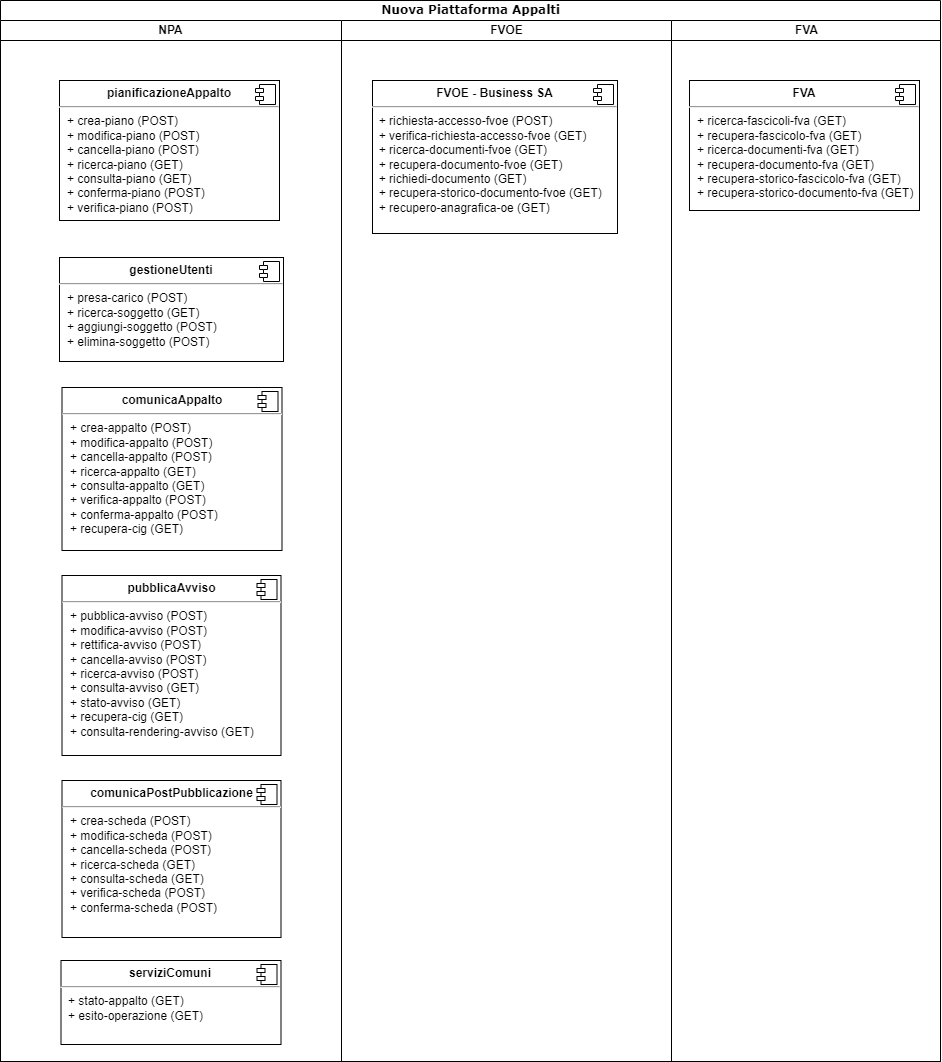
This is docs/immagini/contesto.png from anticorruzione/npa, a draw.io export, as it was before one commit. Source tidied: cells renumbered, new cells last; positions are measured from the earlier drawing's top-left corner, leaving out a move shared by most shapes.
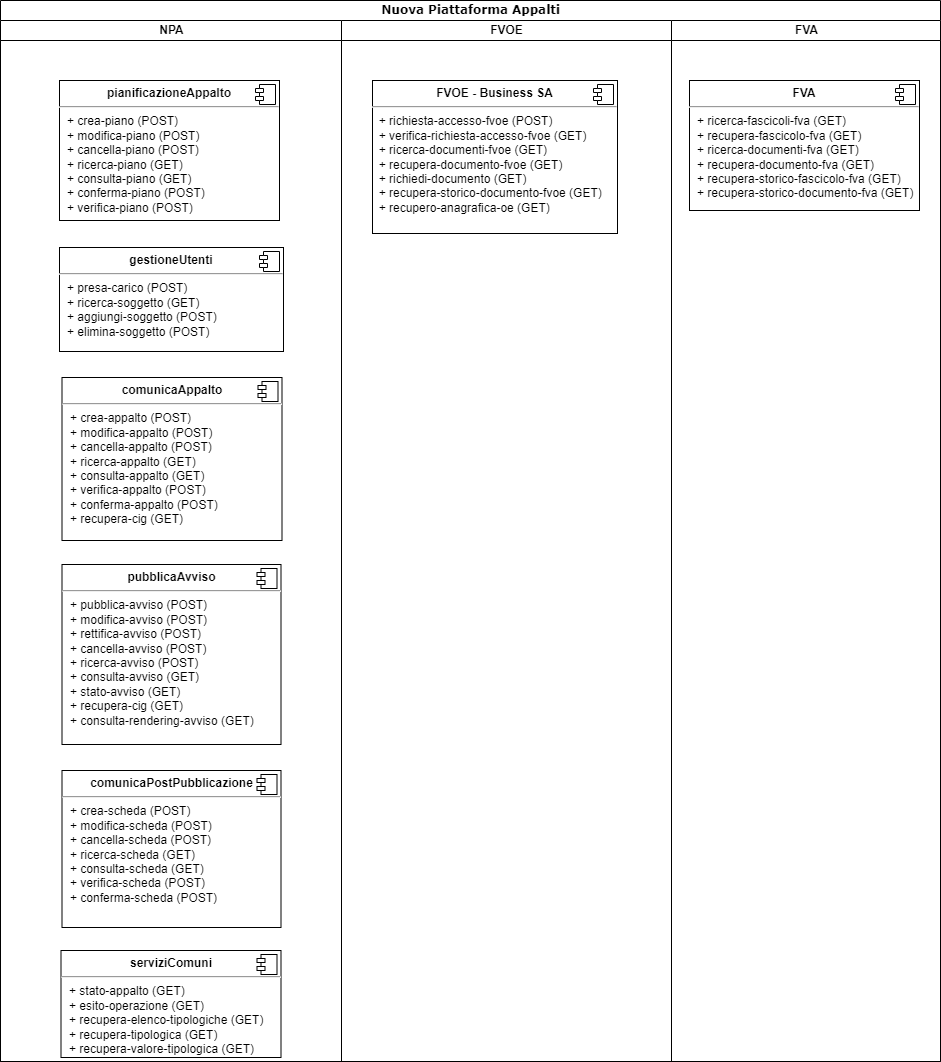
After the change.

The edit, as a diff of the source:
```diff
@@ -9,7 +9,7 @@
       <mxGeometry y="20" width="341" height="1041" as="geometry" />
     </mxCell>
     <mxCell id="4" value="&lt;p style=&quot;margin:0px;margin-top:6px;text-align:center;&quot;&gt;&lt;b&gt;comunicaAppalto&lt;/b&gt;&lt;/p&gt;&lt;hr&gt;&lt;p style=&quot;margin:0px;margin-left:8px;&quot;&gt;+ crea-appalto (POST)&lt;/p&gt;&lt;p style=&quot;margin:0px;margin-left:8px;&quot;&gt;+ modifica-appalto (POST)&lt;/p&gt;&lt;p style=&quot;margin:0px;margin-left:8px;&quot;&gt;+ cancella-appalto (POST)&lt;/p&gt;&lt;p style=&quot;margin:0px;margin-left:8px;&quot;&gt;+ ricerca-appalto (GET)&lt;br&gt;+ consulta-appalto (GET)&lt;/p&gt;&lt;p style=&quot;margin:0px;margin-left:8px;&quot;&gt;+ verifica-appalto (POST)&lt;/p&gt;&lt;p style=&quot;margin: 0px 0px 0px 8px;&quot;&gt;+ conferma-appalto (POST)&lt;/p&gt;&lt;p style=&quot;margin: 0px 0px 0px 8px;&quot;&gt;+ recupera-cig (GET)&lt;/p&gt;&lt;p style=&quot;margin:0px;margin-left:8px;&quot;&gt;&lt;br&gt;&lt;/p&gt;" style="align=left;overflow=fill;html=1;" parent="3" vertex="1">
-      <mxGeometry x="61.5" y="367" width="220" height="163" as="geometry" />
+      <mxGeometry x="61.5" y="357" width="220" height="163" as="geometry" />
     </mxCell>
     <mxCell id="5" style="shape=component;jettyWidth=8;jettyHeight=4;" parent="4" vertex="1">
       <mxGeometry x="1" width="20" height="20" relative="1" as="geometry">
@@ -17,7 +17,7 @@
       </mxGeometry>
     </mxCell>
     <mxCell id="6" value="&lt;p style=&quot;margin:0px;margin-top:6px;text-align:center;&quot;&gt;&lt;b&gt;comunicaPostPubblicazione&lt;/b&gt;&lt;/p&gt;&lt;hr&gt;&lt;p style=&quot;border-color: var(--border-color); margin: 0px 0px 0px 8px;&quot;&gt;+ crea-scheda (POST)&lt;/p&gt;&lt;p style=&quot;border-color: var(--border-color); margin: 0px 0px 0px 8px;&quot;&gt;+ modifica-scheda (POST)&lt;/p&gt;&lt;p style=&quot;border-color: var(--border-color); margin: 0px 0px 0px 8px;&quot;&gt;+ cancella-scheda (POST)&lt;/p&gt;&lt;p style=&quot;border-color: var(--border-color); margin: 0px 0px 0px 8px;&quot;&gt;+ ricerca-scheda (GET)&lt;br style=&quot;border-color: var(--border-color);&quot;&gt;+ consulta-scheda (GET)&lt;/p&gt;&lt;p style=&quot;border-color: var(--border-color); margin: 0px 0px 0px 8px;&quot;&gt;&lt;span style=&quot;background-color: initial;&quot;&gt;+ verifica-scheda (POST)&lt;/span&gt;&lt;br&gt;&lt;/p&gt;&lt;p style=&quot;border-color: var(--border-color); margin: 0px 0px 0px 8px;&quot;&gt;+ conferma-scheda (POST)&lt;/p&gt;&lt;p style=&quot;border-color: var(--border-color); margin: 0px 0px 0px 8px;&quot;&gt;&lt;br&gt;&lt;/p&gt;" style="align=left;overflow=fill;html=1;" parent="3" vertex="1">
-      <mxGeometry x="61.5" y="760" width="219" height="157" as="geometry" />
+      <mxGeometry x="61.5" y="750" width="219" height="157" as="geometry" />
     </mxCell>
     <mxCell id="7" style="shape=component;jettyWidth=8;jettyHeight=4;" parent="6" vertex="1">
       <mxGeometry x="1" width="20" height="20" relative="1" as="geometry">
@@ -33,15 +33,15 @@
       </mxGeometry>
     </mxCell>
     <mxCell id="10" value="&lt;p style=&quot;margin:0px;margin-top:6px;text-align:center;&quot;&gt;&lt;b&gt;pubblicaAvviso&lt;/b&gt;&lt;/p&gt;&lt;hr&gt;&lt;p style=&quot;border-color: var(--border-color); margin: 0px 0px 0px 8px;&quot;&gt;&lt;span style=&quot;background-color: initial;&quot;&gt;+ pubblica-avviso (POST)&lt;/span&gt;&lt;/p&gt;&lt;p style=&quot;border-color: var(--border-color); margin: 0px 0px 0px 8px;&quot;&gt;&lt;font style=&quot;border-color: var(--border-color); background-color: rgb(255, 255, 255);&quot;&gt;+ modifica-avviso (POST)&lt;/font&gt;&lt;/p&gt;&lt;p style=&quot;border-color: var(--border-color); margin: 0px 0px 0px 8px;&quot;&gt;&lt;font style=&quot;border-color: var(--border-color); background-color: rgb(255, 255, 255);&quot;&gt;+ rettifica-avviso (POST)&lt;/font&gt;&lt;/p&gt;&lt;p style=&quot;border-color: var(--border-color); margin: 0px 0px 0px 8px;&quot;&gt;&lt;font style=&quot;border-color: var(--border-color); background-color: rgb(255, 255, 255);&quot;&gt;+ cancella-avviso (POST)&lt;/font&gt;&lt;/p&gt;&lt;p style=&quot;border-color: var(--border-color); margin: 0px 0px 0px 8px;&quot;&gt;+ ricerca-avviso (POST)&lt;br style=&quot;border-color: var(--border-color);&quot;&gt;&lt;/p&gt;&lt;p style=&quot;border-color: var(--border-color); margin: 0px 0px 0px 8px;&quot;&gt;+ consulta-avviso (GET)&lt;/p&gt;&lt;p style=&quot;border-color: var(--border-color); margin: 0px 0px 0px 8px;&quot;&gt;+ stato-avviso (GET)&lt;/p&gt;&lt;p style=&quot;border-color: var(--border-color); margin: 0px 0px 0px 8px;&quot;&gt;+ recupera-cig (GET)&lt;br&gt;&lt;/p&gt;&lt;p style=&quot;border-color: var(--border-color); margin: 0px 0px 0px 8px;&quot;&gt;+ consulta-rendering-avviso (GET)&lt;/p&gt;" style="align=left;overflow=fill;html=1;" parent="3" vertex="1">
-      <mxGeometry x="61.5" y="555" width="219" height="180" as="geometry" />
+      <mxGeometry x="61.5" y="544" width="219" height="180" as="geometry" />
     </mxCell>
     <mxCell id="11" style="shape=component;jettyWidth=8;jettyHeight=4;" parent="10" vertex="1">
       <mxGeometry x="1" width="20" height="20" relative="1" as="geometry">
         <mxPoint x="-24" y="4" as="offset" />
       </mxGeometry>
     </mxCell>
-    <mxCell id="12" value="&lt;p style=&quot;margin:0px;margin-top:6px;text-align:center;&quot;&gt;&lt;b&gt;serviziComuni&lt;/b&gt;&lt;/p&gt;&lt;hr&gt;&lt;p style=&quot;border-color: var(--border-color); margin: 0px 0px 0px 8px;&quot;&gt;&lt;span style=&quot;background-color: initial;&quot;&gt;+ stato-appalto (GET)&lt;/span&gt;&lt;br&gt;&lt;/p&gt;&lt;p style=&quot;border-color: var(--border-color); margin: 0px 0px 0px 8px;&quot;&gt;+ esito-operazione (GET)&lt;/p&gt;&lt;p style=&quot;border-color: var(--border-color); margin: 0px 0px 0px 8px;&quot;&gt;&lt;br&gt;&lt;/p&gt;&lt;p style=&quot;border-color: var(--border-color); margin: 0px 0px 0px 8px;&quot;&gt;&lt;br&gt;&lt;/p&gt;&lt;p style=&quot;border-color: var(--border-color); margin: 0px 0px 0px 8px;&quot;&gt;&lt;br style=&quot;border-color: var(--border-color);&quot;&gt;&lt;/p&gt;" style="align=left;overflow=fill;html=1;" parent="3" vertex="1">
-      <mxGeometry x="60.5" y="940" width="220" height="84" as="geometry" />
+    <mxCell id="12" value="&lt;p style=&quot;margin:0px;margin-top:6px;text-align:center;&quot;&gt;&lt;b&gt;serviziComuni&lt;/b&gt;&lt;/p&gt;&lt;hr&gt;&lt;p style=&quot;border-color: var(--border-color); margin: 0px 0px 0px 8px;&quot;&gt;&lt;span style=&quot;background-color: initial;&quot;&gt;+ stato-appalto (GET)&lt;/span&gt;&lt;br&gt;&lt;/p&gt;&lt;p style=&quot;border-color: var(--border-color); margin: 0px 0px 0px 8px;&quot;&gt;+ esito-operazione (GET)&lt;/p&gt;&lt;p style=&quot;border-color: var(--border-color); margin: 0px 0px 0px 8px;&quot;&gt;+ recupera-elenco-tipologiche (GET)&lt;/p&gt;&lt;p style=&quot;border-color: var(--border-color); margin: 0px 0px 0px 8px;&quot;&gt;+ recupera-tipologica (GET)&lt;br&gt;&lt;/p&gt;&lt;p style=&quot;border-color: var(--border-color); margin: 0px 0px 0px 8px;&quot;&gt;+ recupera-valore-tipologica (GET)&lt;br&gt;&lt;/p&gt;&lt;p style=&quot;border-color: var(--border-color); margin: 0px 0px 0px 8px;&quot;&gt;&lt;br style=&quot;border-color: var(--border-color);&quot;&gt;&lt;/p&gt;" style="align=left;overflow=fill;html=1;" parent="3" vertex="1">
+      <mxGeometry x="60.5" y="930" width="220" height="107" as="geometry" />
     </mxCell>
     <mxCell id="13" style="shape=component;jettyWidth=8;jettyHeight=4;" parent="12" vertex="1">
       <mxGeometry x="1" width="20" height="20" relative="1" as="geometry">
@@ -49,7 +49,7 @@
       </mxGeometry>
     </mxCell>
     <mxCell id="14" value="&lt;p style=&quot;margin:0px;margin-top:6px;text-align:center;&quot;&gt;&lt;b&gt;gestioneUtenti&lt;/b&gt;&lt;br&gt;&lt;/p&gt;&lt;hr&gt;&lt;p style=&quot;border-color: var(--border-color); margin: 0px 0px 0px 8px;&quot;&gt;&lt;span style=&quot;background-color: initial;&quot;&gt;+ presa-carico (POST)&lt;/span&gt;&lt;br&gt;&lt;/p&gt;&lt;p style=&quot;border-color: var(--border-color); margin: 0px 0px 0px 8px;&quot;&gt;+ ricerca-soggetto (GET)&lt;/p&gt;&lt;p style=&quot;border-color: var(--border-color); margin: 0px 0px 0px 8px;&quot;&gt;+&amp;nbsp;aggiungi-soggetto (POST)&lt;/p&gt;&lt;p style=&quot;border-color: var(--border-color); margin: 0px 0px 0px 8px;&quot;&gt;+ elimina-soggetto (&lt;span style=&quot;background-color: initial;&quot;&gt;POST)&lt;/span&gt;&lt;/p&gt;&lt;p style=&quot;border-color: var(--border-color); margin: 0px 0px 0px 8px;&quot;&gt;&lt;br style=&quot;border-color: var(--border-color);&quot;&gt;&lt;/p&gt;" style="align=left;overflow=fill;html=1;" parent="3" vertex="1">
-      <mxGeometry x="59" y="237" width="224" height="104" as="geometry" />
+      <mxGeometry x="59" y="227" width="224" height="104" as="geometry" />
     </mxCell>
     <mxCell id="15" style="shape=component;jettyWidth=8;jettyHeight=4;" parent="14" vertex="1">
       <mxGeometry x="1" width="20" height="20" relative="1" as="geometry">
```
